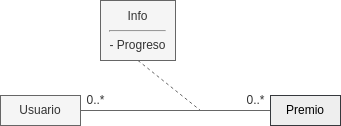
This is documentacion/funcionalidad 6/MD-funcionalidad6.png from mikel-egana-aranguren/ADSI-22-23-Tetris, a draw.io export, as it was before one commit. Source tidied: cells renumbered, new cells last; positions are measured from the earlier drawing's top-left corner, leaving out a move shared by most shapes.
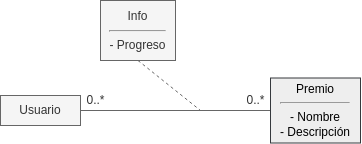
The same diagram one commit later.

Commit message:
añadidos atributos a Premio

What changed in the source:
```diff
@@ -1,4 +1,4 @@
-<mxGraphModel background="#FFFFFF">
+<mxGraphModel>
   <root>
     <mxCell id="0" />
     <mxCell id="1" parent="0" />
@@ -8,8 +8,8 @@
     <mxCell id="3" value="Usuario" style="rounded=0;whiteSpace=wrap;html=1;fillColor=#f5f5f5;strokeColor=#666666;fontColor=#333333;" parent="1" vertex="1">
       <mxGeometry y="95" width="80" height="30" as="geometry" />
     </mxCell>
-    <mxCell id="4" value="Premio" style="rounded=0;whiteSpace=wrap;html=1;fillColor=#eeeeee;strokeColor=#36393d;fontColor=#000000;" parent="1" vertex="1">
-      <mxGeometry x="270" y="95" width="70" height="30" as="geometry" />
+    <mxCell id="4" value="Premio&lt;hr&gt;- Nombre&lt;br&gt;- Descripción" style="rounded=0;whiteSpace=wrap;html=1;fillColor=#eeeeee;strokeColor=#36393d;fontColor=#000000;" parent="1" vertex="1">
+      <mxGeometry x="270" y="77.5" width="90" height="65" as="geometry" />
     </mxCell>
     <mxCell id="5" style="edgeStyle=none;html=1;exitX=0.5;exitY=1;exitDx=0;exitDy=0;fontFamily=Helvetica;fontSize=12;fontColor=#333333;endArrow=none;endFill=0;fillColor=#f5f5f5;strokeColor=#666666;dashed=1;" parent="1" edge="1" source="6">
       <mxGeometry relative="1" as="geometry">
```
